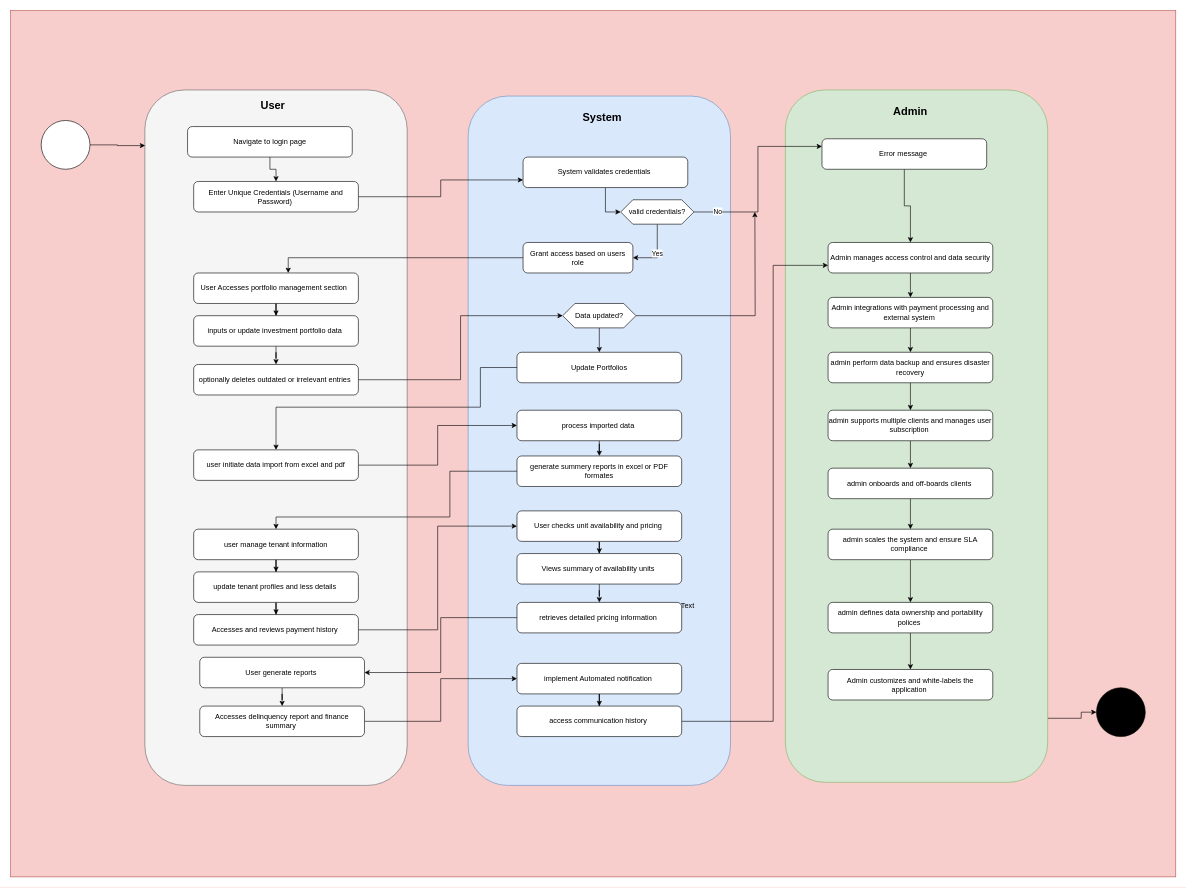
4512028/SolutionArchitectDiagrams keeps this draw.io diagram as Miracle Equities.drawio. Above is the earlier version. Source tidied: cells renumbered, new cells numbered last; positions are measured from the earlier drawing's top-left corner, leaving out a move shared by most shapes. Both pictures are drawn from the tidied source at 61%, with x=0, y=0 at pixel (10, 10).
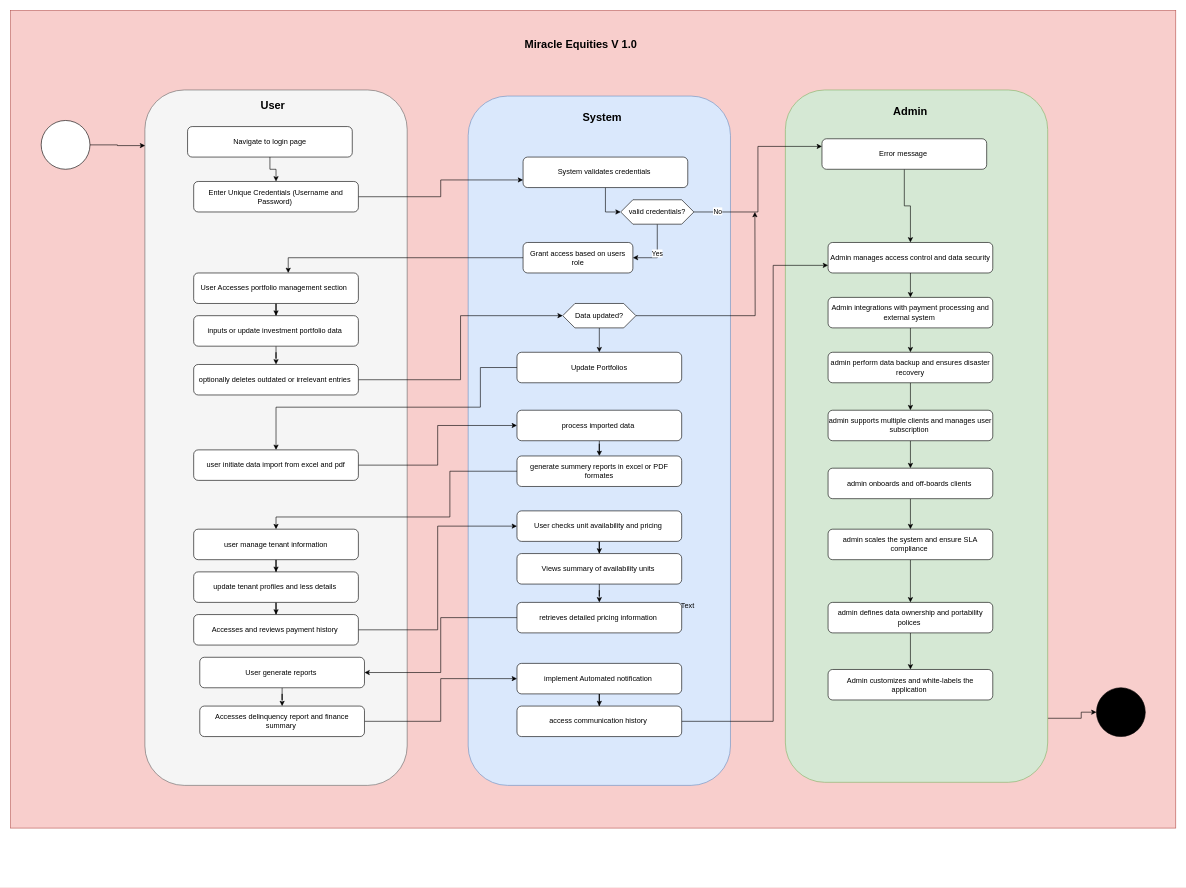
Above is the later version.

Diff of the diagram source:
```diff
@@
     <mxCell id="2" style="rounded=0;whiteSpace=wrap;html=1;fillColor=#f8cecc;strokeColor=#b85450;" parent="1" vertex="1">
-      <mxGeometry width="1910" height="1420" as="geometry" />
+      <mxGeometry width="1910" height="1340" as="geometry" />
     </mxCell>
@@
+    <mxCell id="80" value="&lt;b&gt;&lt;font style=&quot;font-size: 18px;&quot;&gt;Miracle Equities V 1.0&lt;/font&gt;&lt;/b&gt;" style="text;html=1;strokeColor=none;fillColor=none;align=center;verticalAlign=middle;whiteSpace=wrap;rounded=0;" parent="1" vertex="1">
+      <mxGeometry x="810" y="40" width="250" height="30" as="geometry" />
+    </mxCell>
```
